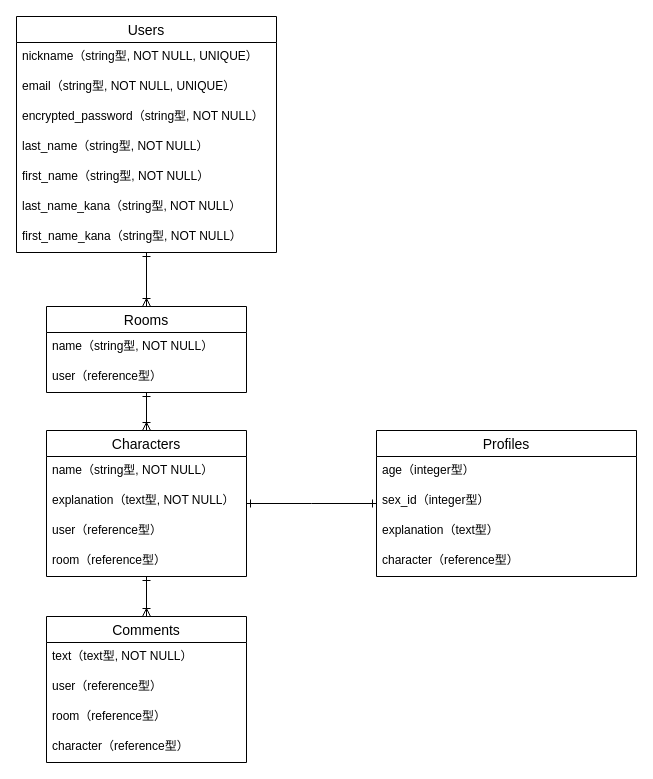
This is nonai_kaigi.dio from kinuno/nonai_kaigi, a draw.io file, before an edit. Source tidied: cells renumbered, new cells numbered last; positions are measured from the earlier drawing's top-left corner, leaving out a move shared by most shapes. Both pictures are drawn from the tidied source at 100%, with x=0, y=0 at pixel (16, 16).
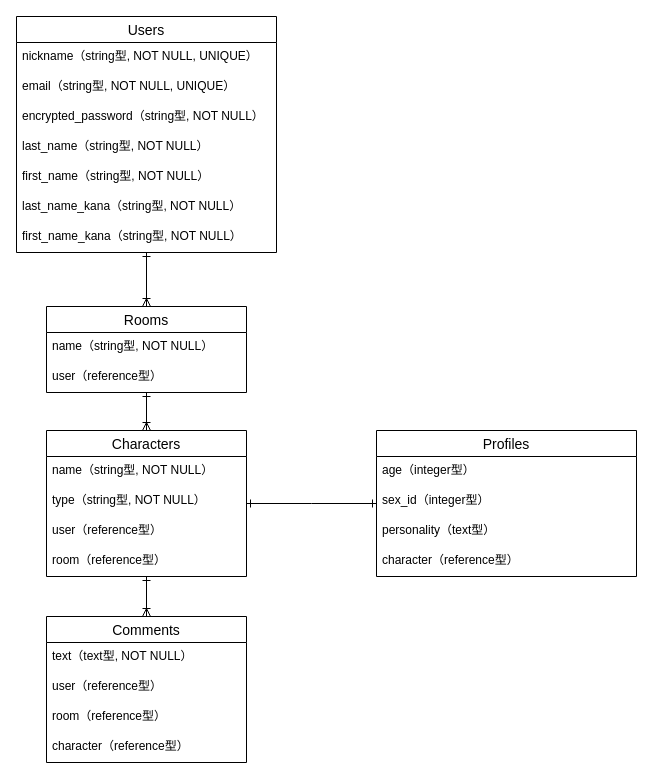
After the change.

The change refers to these unchanged cells:
```xml
<mxCell id="17" value="Characters" style="swimlane;fontStyle=0;horizontal=1;startSize=26;align=center;fontSize=14;" parent="1" vertex="1">
  <mxGeometry x="30" y="414" width="200" height="146" as="geometry" />
</mxCell>
<mxCell id="27" value="Profiles" style="swimlane;fontStyle=0;horizontal=1;startSize=26;align=center;fontSize=14;" parent="1" vertex="1">
  <mxGeometry x="360" y="414" width="260" height="146" as="geometry" />
</mxCell>
```

Change to the diagram source:
```diff
@@
-    <mxCell id="19" value="explanation（text型, NOT NULL）" style="text;strokeColor=none;fillColor=none;spacingLeft=4;spacingRight=4;overflow=hidden;fontSize=12;" parent="17" vertex="1">
+    <mxCell id="19" value="type（string型, NOT NULL）" style="text;strokeColor=none;fillColor=none;spacingLeft=4;spacingRight=4;overflow=hidden;fontSize=12;" parent="17" vertex="1">
       <mxGeometry y="56" width="200" height="30" as="geometry" />
     </mxCell>
@@
-    <mxCell id="30" value="explanation（text型）" style="text;strokeColor=none;fillColor=none;spacingLeft=4;spacingRight=4;overflow=hidden;fontSize=12;" parent="27" vertex="1">
+    <mxCell id="30" value="personality（text型）" style="text;strokeColor=none;fillColor=none;spacingLeft=4;spacingRight=4;overflow=hidden;fontSize=12;" parent="27" vertex="1">
       <mxGeometry y="86" width="260" height="30" as="geometry" />
     </mxCell>
```
